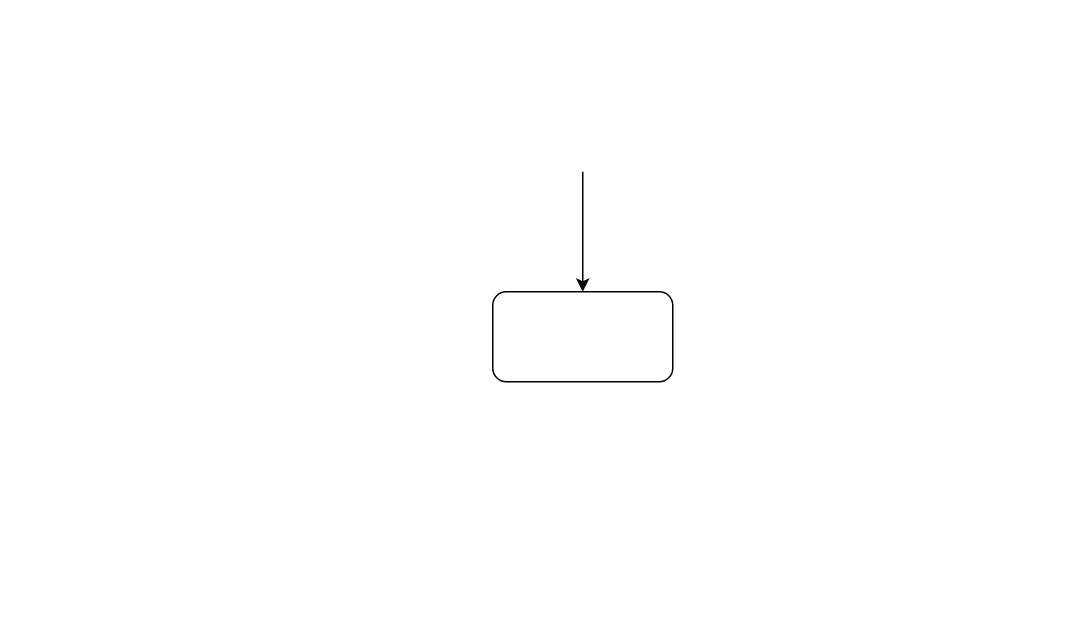
Above: 紫门女科/经期/001月经的生化.drawio in 328507133/chart (draw.io), before the change. Source tidied: cells renumbered, new cells numbered last; positions are measured from the earlier drawing's top-left corner, leaving out a move shared by most shapes. Both pictures are drawn from the tidied source at 150%, with x=0, y=0 at pixel (492, 171).
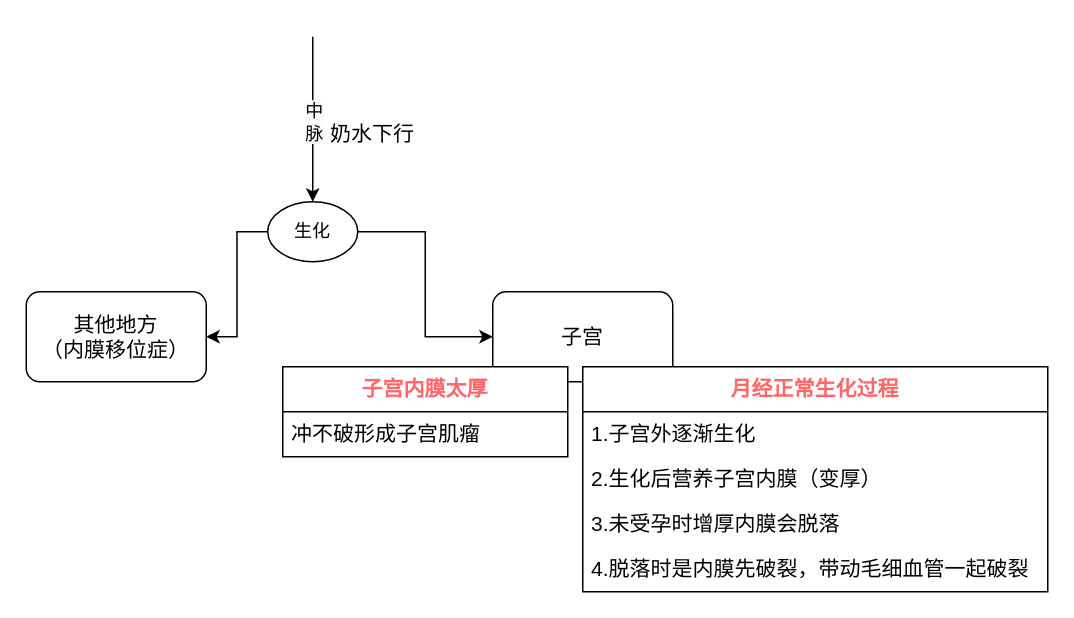
Above is the later version.

Commit message:
更新001月经的生化.drawio

Change to the diagram source:
```diff
@@
 <mxGraphModel>
   <root>
     <mxCell id="0" />
     <mxCell id="1" parent="0" />
+    <mxCell id="4" value="其他地方&lt;div&gt;（内膜移位症）&lt;/div&gt;" style="rounded=1;whiteSpace=wrap;html=1;fontSize=14;" parent="1" vertex="1">
+      <mxGeometry x="-311" y="80" width="120" height="60" as="geometry" />
+    </mxCell>
-    <mxCell id="2" style="rounded=1;whiteSpace=wrap;html=1;" parent="1" vertex="1">
+    <mxCell id="2" value="子宫" style="rounded=1;whiteSpace=wrap;html=1;fontSize=14;" parent="1" vertex="1">
       <mxGeometry y="80" width="120" height="60" as="geometry" />
     </mxCell>
-    <mxCell id="3" style="endArrow=classic;html=1;rounded=0;entryX=0.5;entryY=0;entryDx=0;entryDy=0;" parent="1" edge="1" target="2">
+    <mxCell id="3" style="endArrow=classic;html=1;rounded=0;entryX=0.5;entryY=0;entryDx=0;entryDy=0;" parent="1" edge="1">
       <mxGeometry relative="1" as="geometry">
-        <mxPoint x="60" as="sourcePoint" />
+        <mxPoint x="-120" y="-90" as="sourcePoint" />
+        <mxPoint x="-120" y="20" as="targetPoint" />
       </mxGeometry>
     </mxCell>
+    <mxCell id="5" value="&lt;span style=&quot;font-size: 12px; text-wrap: wrap; background-color: rgb(251, 251, 251);&quot;&gt;中脉&lt;/span&gt;" style="edgeLabel;html=1;align=center;verticalAlign=middle;" parent="3" vertex="1">
+      <mxGeometry x="0.01" relative="1" as="geometry" />
+    </mxCell>
+    <mxCell id="6" value="奶水下行" style="text;html=1;align=center;verticalAlign=middle;whiteSpace=wrap;rounded=0;fontSize=14;" parent="1" vertex="1">
+      <mxGeometry x="-110" y="-40" width="60" height="30" as="geometry" />
+    </mxCell>
+    <mxCell id="7" style="edgeStyle=orthogonalEdgeStyle;rounded=0;jettySize=auto;html=1;exitX=1;exitY=0.5;exitDx=0;exitDy=0;entryX=0;entryY=0.5;entryDx=0;entryDy=0;" parent="1" edge="1" source="9" target="2">
+      <mxGeometry relative="1" as="geometry" />
+    </mxCell>
+    <mxCell id="8" style="edgeStyle=orthogonalEdgeStyle;rounded=0;jettySize=auto;html=1;exitX=0;exitY=0.5;exitDx=0;exitDy=0;entryX=1;entryY=0.5;entryDx=0;entryDy=0;" parent="1" edge="1" source="9" target="4">
+      <mxGeometry relative="1" as="geometry" />
+    </mxCell>
+    <mxCell id="9" value="生化" style="ellipse;whiteSpace=wrap;html=1;" parent="1" vertex="1">
+      <mxGeometry x="-150" y="20" width="60" height="40" as="geometry" />
+    </mxCell>
+    <mxCell id="10" value="月经正常生化过程" style="swimlane;fontStyle=1;horizontal=1;startSize=30;whiteSpace=wrap;html=1;fontSize=14;fontColor=#FF6666;" parent="1" vertex="1">
+      <mxGeometry x="60" y="130" width="310" height="150" as="geometry" />
+    </mxCell>
+    <mxCell id="11" value="1.子宫外逐渐生化" style="text;strokeColor=none;fillColor=none;align=left;verticalAlign=middle;spacingLeft=4;spacingRight=4;overflow=hidden;whiteSpace=wrap;html=1;fontSize=14;" parent="10" vertex="1">
+      <mxGeometry y="30" width="310" height="30" as="geometry" />
+    </mxCell>
+    <mxCell id="12" value="2.生化后营养子宫内膜（变厚）" style="text;strokeColor=none;fillColor=none;align=left;verticalAlign=middle;spacingLeft=4;spacingRight=4;overflow=hidden;whiteSpace=wrap;html=1;fontSize=14;" parent="10" vertex="1">
+      <mxGeometry y="60" width="310" height="30" as="geometry" />
+    </mxCell>
+    <mxCell id="13" value="3.未受孕时增厚内膜会脱落" style="text;strokeColor=none;fillColor=none;align=left;verticalAlign=middle;spacingLeft=4;spacingRight=4;overflow=hidden;whiteSpace=wrap;html=1;fontSize=14;" parent="10" vertex="1">
+      <mxGeometry y="90" width="310" height="30" as="geometry" />
+    </mxCell>
+    <mxCell id="14" value="4.脱落时是内膜先破裂，带动毛细血管一起破裂" style="text;strokeColor=none;fillColor=none;align=left;verticalAlign=middle;spacingLeft=4;spacingRight=4;overflow=hidden;whiteSpace=wrap;html=1;fontSize=14;" parent="10" vertex="1">
+      <mxGeometry y="120" width="310" height="30" as="geometry" />
+    </mxCell>
+    <mxCell id="15" value="子宫内膜太厚" style="swimlane;fontStyle=1;horizontal=1;startSize=30;whiteSpace=wrap;html=1;fontSize=14;fontColor=#FF6666;" parent="1" vertex="1">
+      <mxGeometry x="-140" y="130" width="190" height="60" as="geometry" />
+    </mxCell>
+    <mxCell id="16" value="冲不破形成子宫肌瘤" style="text;strokeColor=none;fillColor=none;align=left;verticalAlign=middle;spacingLeft=4;spacingRight=4;overflow=hidden;whiteSpace=wrap;html=1;fontSize=14;" parent="15" vertex="1">
+      <mxGeometry y="30" width="190" height="30" as="geometry" />
+    </mxCell>
   </root>
 </mxGraphModel>
```
